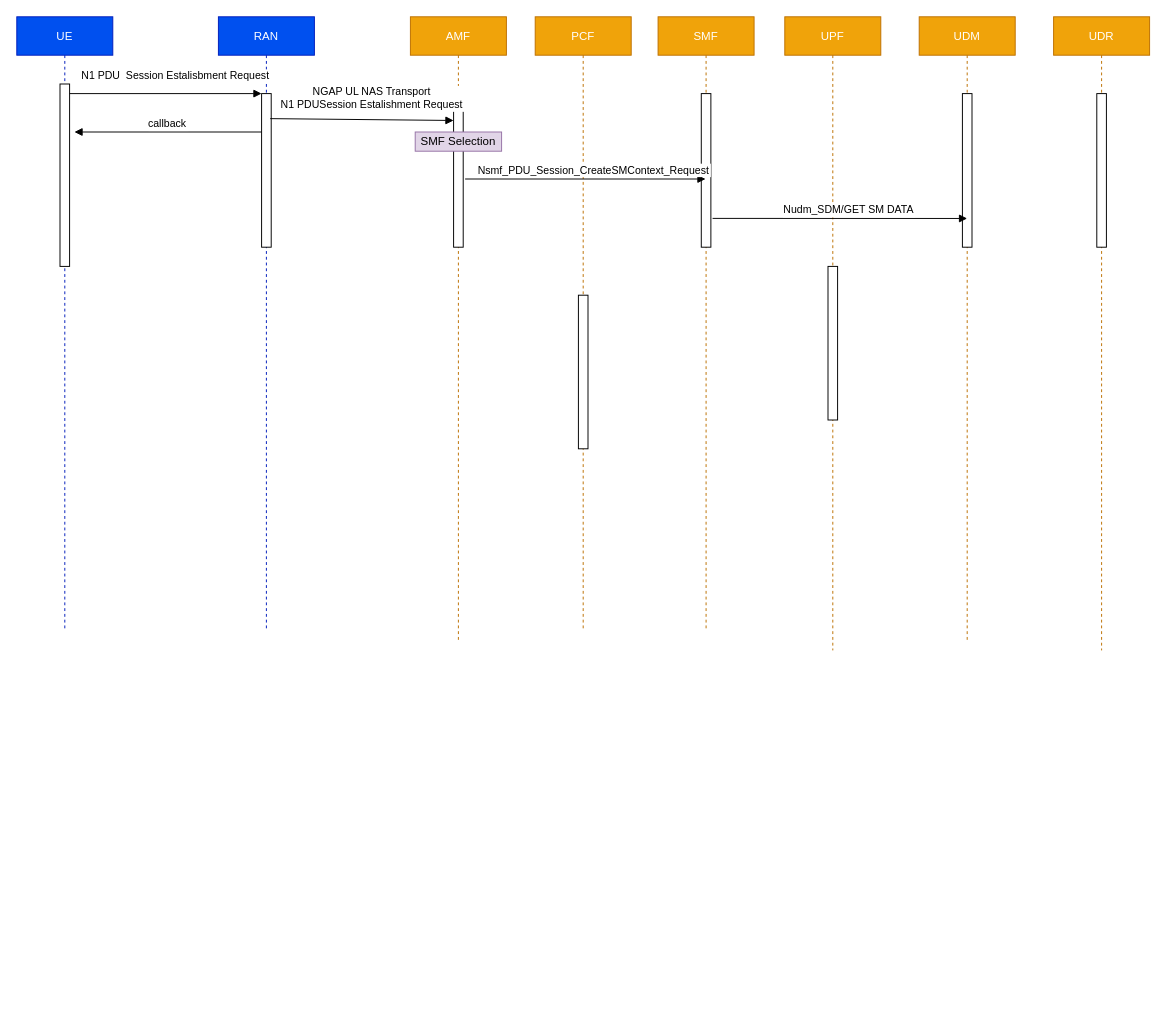
This is CreatePDUSession.drawio from micjerry/5GC_SequenceDiagrams, a draw.io file, before an edit. Source tidied: cells renumbered, new cells numbered last; positions are measured from the earlier drawing's top-left corner, leaving out a move shared by most shapes. Both pictures are drawn from the tidied source at 96%, with x=0, y=0 at pixel (16, 16).
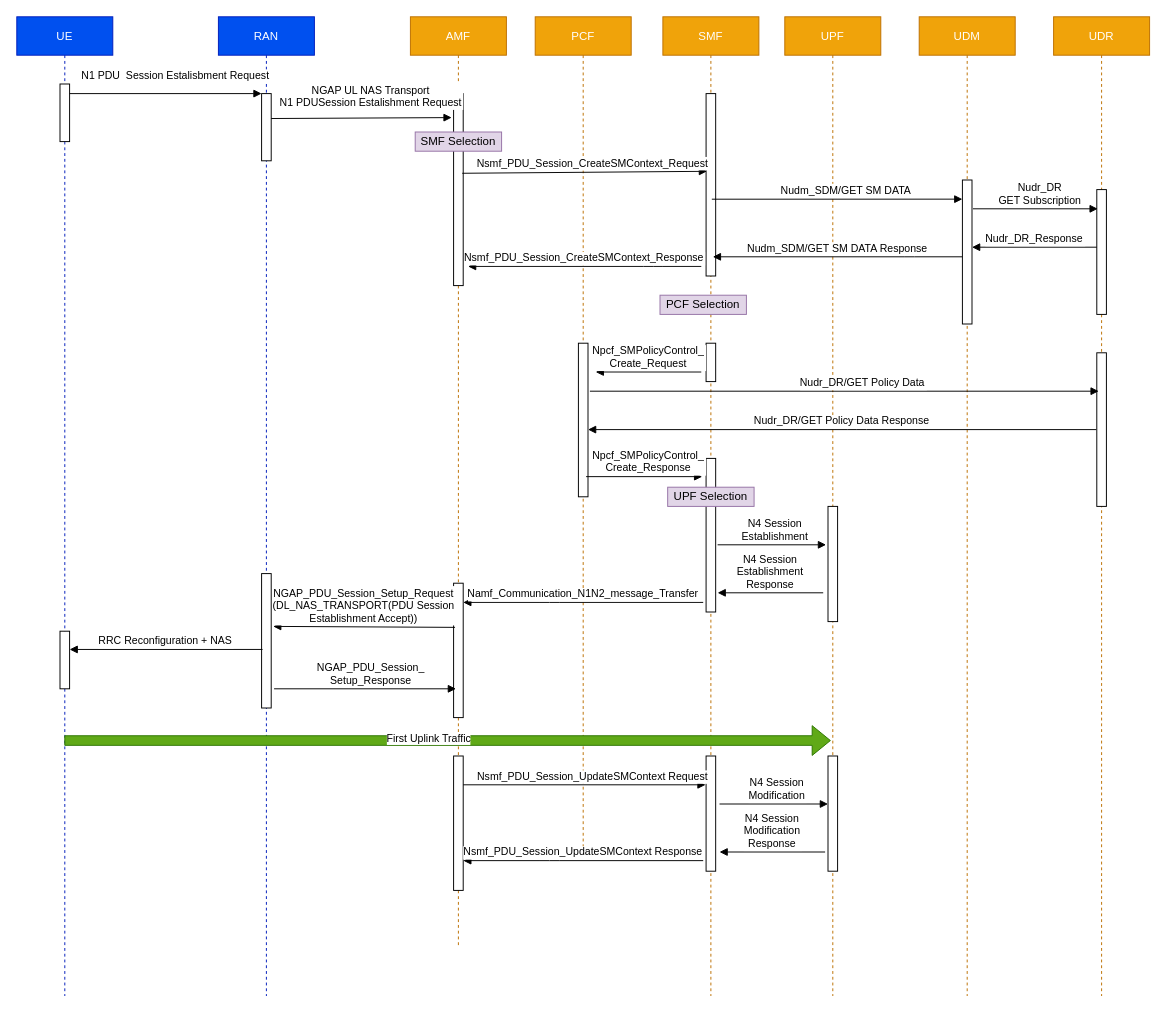
Above is the later version.

Diff of the diagram source:
```diff
@@
     <mxCell id="2" value="UE" style="shape=umlLifeline;perimeter=lifelinePerimeter;rounded=0;shadow=0;strokeWidth=1;fillColor=#0050ef;strokeColor=#001DBC;fontColor=#ffffff;" parent="1" vertex="1">
-      <mxGeometry width="100" height="640" as="geometry" />
+      <mxGeometry width="100" height="1020" as="geometry" />
     </mxCell>
     <mxCell id="3" style="points=[];perimeter=orthogonalPerimeter;rounded=0;shadow=0;strokeWidth=1;" parent="2" vertex="1">
-      <mxGeometry x="45" y="70" width="10" height="190" as="geometry" />
+      <mxGeometry x="45" y="70" width="10" height="60" as="geometry" />
     </mxCell>
+    <mxCell id="24" style="points=[];perimeter=orthogonalPerimeter;rounded=0;shadow=0;strokeWidth=1;" parent="2" vertex="1">
+      <mxGeometry x="45" y="640" width="10" height="60" as="geometry" />
+    </mxCell>
     <mxCell id="4" value="RAN" style="shape=umlLifeline;perimeter=lifelinePerimeter;rounded=0;shadow=0;strokeWidth=1;fillColor=#0050ef;strokeColor=#001DBC;fontColor=#ffffff;" parent="1" vertex="1">
-      <mxGeometry x="210" width="100" height="640" as="geometry" />
+      <mxGeometry x="210" width="100" height="1020" as="geometry" />
     </mxCell>
     <mxCell id="5" style="points=[];perimeter=orthogonalPerimeter;rounded=0;shadow=0;strokeWidth=1;" parent="4" vertex="1">
-      <mxGeometry x="45" y="80" width="10" height="160" as="geometry" />
+      <mxGeometry x="45" y="80" width="10" height="70" as="geometry" />
     </mxCell>
+    <mxCell id="25" style="perimeter=orthogonalPerimeter;rounded=0;shadow=0;strokeWidth=1;" parent="4" vertex="1">
+      <mxGeometry x="45" y="580" width="10" height="140" as="geometry" />
+    </mxCell>
@@
-    <mxCell id="7" value="callback" style="verticalAlign=bottom;endArrow=block;entryX=1;entryY=0;shadow=0;strokeWidth=1;" parent="1" edge="1" source="5">
-      <mxGeometry relative="1" as="geometry">
-        <mxPoint x="60" y="120" as="targetPoint" />
-      </mxGeometry>
-    </mxCell>
     <mxCell id="8" value="PCF" style="shape=umlLifeline;perimeter=lifelinePerimeter;rounded=0;shadow=0;strokeWidth=1;fillColor=#f0a30a;strokeColor=#BD7000;fontColor=#ffffff;" parent="1" vertex="1">
-      <mxGeometry x="540" width="100" height="640" as="geometry" />
+      <mxGeometry x="540" width="100" height="880" as="geometry" />
     </mxCell>
     <mxCell id="9" style="perimeter=orthogonalPerimeter;rounded=0;shadow=0;strokeWidth=1;" parent="8" vertex="1">
-      <mxGeometry x="45" y="290" width="10" height="160" as="geometry" />
+      <mxGeometry x="45" y="340" width="10" height="160" as="geometry" />
     </mxCell>
     <mxCell id="10" value="SMF" style="shape=umlLifeline;perimeter=lifelinePerimeter;rounded=0;shadow=0;strokeWidth=1;fillColor=#f0a30a;strokeColor=#BD7000;fontColor=#ffffff;" parent="1" vertex="1">
-      <mxGeometry x="668" width="100" height="640" as="geometry" />
+      <mxGeometry x="673" width="100" height="1020" as="geometry" />
     </mxCell>
     <mxCell id="11" style="points=[];perimeter=orthogonalPerimeter;rounded=0;shadow=0;strokeWidth=1;" parent="10" vertex="1">
-      <mxGeometry x="45" y="80" width="10" height="160" as="geometry" />
+      <mxGeometry x="45" y="80" width="10" height="190" as="geometry" />
     </mxCell>
+    <mxCell id="26" style="perimeter=orthogonalPerimeter;rounded=0;shadow=0;strokeWidth=1;" parent="10" vertex="1">
+      <mxGeometry x="45" y="340" width="10" height="40" as="geometry" />
+    </mxCell>
+    <mxCell id="13" style="perimeter=orthogonalPerimeter;rounded=0;shadow=0;strokeWidth=1;" parent="10" vertex="1">
+      <mxGeometry x="45" y="460" width="10" height="160" as="geometry" />
+    </mxCell>
+    <mxCell id="27" style="perimeter=orthogonalPerimeter;rounded=0;shadow=0;strokeWidth=1;" parent="10" vertex="1">
+      <mxGeometry x="45" y="770" width="10" height="120" as="geometry" />
+    </mxCell>
     <mxCell id="12" value="UPF" style="shape=umlLifeline;perimeter=lifelinePerimeter;rounded=0;shadow=0;strokeWidth=1;fillColor=#f0a30a;strokeColor=#BD7000;fontColor=#ffffff;" parent="1" vertex="1">
-      <mxGeometry x="800" width="100" height="660" as="geometry" />
+      <mxGeometry x="800" width="100" height="1020" as="geometry" />
     </mxCell>
-    <mxCell id="13" style="perimeter=orthogonalPerimeter;rounded=0;shadow=0;strokeWidth=1;" parent="12" vertex="1">
-      <mxGeometry x="45" y="260" width="10" height="160" as="geometry" />
-    </mxCell>
+    <mxCell id="28" style="perimeter=orthogonalPerimeter;rounded=0;shadow=0;strokeWidth=1;" parent="12" vertex="1">
+      <mxGeometry x="45" y="510" width="10" height="120" as="geometry" />
+    </mxCell>
     <mxCell id="14" value="UDM" style="shape=umlLifeline;perimeter=lifelinePerimeter;rounded=0;shadow=0;strokeWidth=1;fillColor=#f0a30a;strokeColor=#BD7000;fontColor=#ffffff;" parent="1" vertex="1">
-      <mxGeometry x="940" width="100" height="650" as="geometry" />
+      <mxGeometry x="940" width="100" height="1020" as="geometry" />
     </mxCell>
     <mxCell id="15" style="points=[];perimeter=orthogonalPerimeter;rounded=0;shadow=0;strokeWidth=1;" parent="14" vertex="1">
-      <mxGeometry x="45" y="80" width="10" height="160" as="geometry" />
+      <mxGeometry x="45" y="170" width="10" height="150" as="geometry" />
     </mxCell>
     <mxCell id="16" value="UDR" style="shape=umlLifeline;perimeter=lifelinePerimeter;rounded=0;shadow=0;strokeWidth=1;fillColor=#f0a30a;strokeColor=#BD7000;fontColor=#ffffff;" parent="1" vertex="1">
-      <mxGeometry x="1080" width="100" height="660" as="geometry" />
+      <mxGeometry x="1080" width="100" height="1020" as="geometry" />
     </mxCell>
     <mxCell id="17" style="perimeter=orthogonalPerimeter;rounded=0;shadow=0;strokeWidth=1;" parent="16" vertex="1">
-      <mxGeometry x="45" y="80" width="10" height="160" as="geometry" />
+      <mxGeometry x="45" y="180" width="10" height="130" as="geometry" />
     </mxCell>
+    <mxCell id="29" style="perimeter=orthogonalPerimeter;rounded=0;shadow=0;strokeWidth=1;" parent="16" vertex="1">
+      <mxGeometry x="45" y="350" width="10" height="160" as="geometry" />
+    </mxCell>
     <mxCell id="18" value="AMF" style="shape=umlLifeline;perimeter=lifelinePerimeter;rounded=0;shadow=0;strokeWidth=1;fillColor=#f0a30a;strokeColor=#BD7000;fontColor=#ffffff;" parent="1" vertex="1">
-      <mxGeometry x="410" width="100" height="650" as="geometry" />
+      <mxGeometry x="410" width="100" height="970" as="geometry" />
     </mxCell>
     <mxCell id="19" style="points=[];perimeter=orthogonalPerimeter;rounded=0;shadow=0;strokeWidth=1;" parent="18" vertex="1">
-      <mxGeometry x="45" y="80" width="10" height="160" as="geometry" />
+      <mxGeometry x="45" y="80" width="10" height="200" as="geometry" />
     </mxCell>
+    <mxCell id="30" style="perimeter=orthogonalPerimeter;rounded=0;shadow=0;strokeWidth=1;" parent="18" vertex="1">
+      <mxGeometry x="45" y="590" width="10" height="140" as="geometry" />
+    </mxCell>
+    <mxCell id="31" style="perimeter=orthogonalPerimeter;rounded=0;shadow=0;strokeWidth=1;" parent="18" vertex="1">
+      <mxGeometry x="45" y="770" width="10" height="140" as="geometry" />
+    </mxCell>
-    <mxCell id="20" value="NGAP UL NAS Transport&#10;N1 PDUSession Estalishment Request" style="verticalAlign=bottom;endArrow=block;entryX=0;entryY=0.175;shadow=0;strokeWidth=1;exitX=0.9;exitY=0.163;exitDx=0;exitDy=0;exitPerimeter=0;entryDx=0;entryDy=0;entryPerimeter=0;" parent="1" edge="1" source="5" target="19">
+    <mxCell id="20" value="NGAP UL NAS Transport&#10;N1 PDUSession Estalishment Request" style="verticalAlign=bottom;endArrow=block;entryX=-0.2;entryY=0.125;shadow=0;strokeWidth=1;exitX=1;exitY=0.371;exitDx=0;exitDy=0;exitPerimeter=0;entryDx=0;entryDy=0;entryPerimeter=0;" parent="1" edge="1" source="5" target="19">
       <mxGeometry x="0.11" y="7" relative="1" as="geometry" />
     </mxCell>
-    <mxCell id="21" value="Nsmf_PDU_Session_CreateSMContext_Request" style="verticalAlign=bottom;endArrow=block;shadow=0;strokeWidth=1;exitX=1.2;exitY=0.556;exitDx=0;exitDy=0;exitPerimeter=0;" parent="1" edge="1" source="19" target="10">
+    <mxCell id="21" value="Nsmf_PDU_Session_CreateSMContext_Request" style="verticalAlign=bottom;endArrow=block;shadow=0;strokeWidth=1;exitX=0.9;exitY=0.415;exitDx=0;exitDy=0;exitPerimeter=0;entryX=0.1;entryY=0.426;entryDx=0;entryDy=0;entryPerimeter=0;" parent="1" edge="1" source="19" target="11">
       <mxGeometry x="0.07" relative="1" as="geometry" />
     </mxCell>
@@
-    <mxCell id="23" value="Nudm_SDM/GET SM DATA" style="verticalAlign=bottom;endArrow=block;shadow=0;strokeWidth=1;exitX=1.2;exitY=0.556;exitDx=0;exitDy=0;exitPerimeter=0;entryX=0.5;entryY=0.813;entryDx=0;entryDy=0;entryPerimeter=0;" parent="1" edge="1" target="15">
+    <mxCell id="23" value="Nudm_SDM/GET SM DATA" style="verticalAlign=bottom;endArrow=block;shadow=0;strokeWidth=1;entryX=0;entryY=0.133;entryDx=0;entryDy=0;entryPerimeter=0;" parent="1" edge="1" target="15">
       <mxGeometry x="0.07" relative="1" as="geometry">
-        <mxPoint x="724.8" y="210" as="sourcePoint" />
+        <mxPoint x="724" y="190" as="sourcePoint" />
       </mxGeometry>
     </mxCell>
+    <mxCell id="32" value="Nudr_DR&#10;GET Subscription" style="verticalAlign=bottom;endArrow=block;shadow=0;strokeWidth=1;" parent="1" edge="1">
+      <mxGeometry x="0.07" relative="1" as="geometry">
+        <mxPoint x="996" y="200" as="sourcePoint" />
+        <mxPoint x="1126" y="200" as="targetPoint" />
+      </mxGeometry>
+    </mxCell>
+    <mxCell id="33" value="Nudr_DR_Response" style="verticalAlign=bottom;endArrow=block;shadow=0;strokeWidth=1;" parent="1" edge="1">
+      <mxGeometry relative="1" as="geometry">
+        <mxPoint x="1125" y="240" as="sourcePoint" />
+        <mxPoint x="995" y="240" as="targetPoint" />
+      </mxGeometry>
+    </mxCell>
+    <mxCell id="34" value="Nudm_SDM/GET SM DATA Response" style="verticalAlign=bottom;endArrow=block;shadow=0;strokeWidth=1;" parent="1" edge="1">
+      <mxGeometry relative="1" as="geometry">
+        <mxPoint x="985" y="250" as="sourcePoint" />
+        <mxPoint x="725" y="250" as="targetPoint" />
+        <Array as="points">
+          <mxPoint x="935" y="250" />
+        </Array>
+      </mxGeometry>
+    </mxCell>
+    <mxCell id="35" value="Nsmf_PDU_Session_CreateSMContext_Response" style="verticalAlign=bottom;endArrow=block;shadow=0;strokeWidth=1;" parent="1" edge="1">
+      <mxGeometry relative="1" as="geometry">
+        <mxPoint x="713" y="260" as="sourcePoint" />
+        <mxPoint x="470" y="260" as="targetPoint" />
+        <Array as="points">
+          <mxPoint x="663" y="260" />
+        </Array>
+      </mxGeometry>
+    </mxCell>
+    <mxCell id="36" value="PCF Selection" style="rounded=0;whiteSpace=wrap;html=1;fillColor=#e1d5e7;strokeColor=#9673a6;" parent="1" vertex="1">
+      <mxGeometry x="670" y="290" width="90" height="20" as="geometry" />
+    </mxCell>
+    <mxCell id="37" value="Npcf_SMPolicyControl_&#10;Create_Request" style="verticalAlign=bottom;endArrow=block;shadow=0;strokeWidth=1;" parent="1" edge="1">
+      <mxGeometry relative="1" as="geometry">
+        <mxPoint x="713" y="370" as="sourcePoint" />
+        <mxPoint x="603" y="370" as="targetPoint" />
+      </mxGeometry>
+    </mxCell>
+    <mxCell id="38" value="Npcf_SMPolicyControl_&#10;Create_Response" style="verticalAlign=bottom;endArrow=block;shadow=0;strokeWidth=1;exitX=1.3;exitY=0.869;exitDx=0;exitDy=0;exitPerimeter=0;endSize=6;startSize=6;" parent="1" edge="1">
+      <mxGeometry x="0.07" relative="1" as="geometry">
+        <mxPoint x="593" y="479" as="sourcePoint" />
+        <mxPoint x="714" y="479" as="targetPoint" />
+      </mxGeometry>
+    </mxCell>
+    <mxCell id="39" value="Nudr_DR/GET Policy Data" style="verticalAlign=bottom;endArrow=block;shadow=0;strokeWidth=1;" parent="1" edge="1">
+      <mxGeometry x="0.07" relative="1" as="geometry">
+        <mxPoint x="597" y="390" as="sourcePoint" />
+        <mxPoint x="1127" y="390" as="targetPoint" />
+      </mxGeometry>
+    </mxCell>
+    <mxCell id="40" value="Nudr_DR/GET Policy Data Response" style="verticalAlign=bottom;endArrow=block;shadow=0;strokeWidth=1;" parent="1" edge="1">
+      <mxGeometry relative="1" as="geometry">
+        <mxPoint x="1124.5" y="430" as="sourcePoint" />
+        <mxPoint x="595" y="430" as="targetPoint" />
+        <Array as="points">
+          <mxPoint x="875" y="430" />
+        </Array>
+      </mxGeometry>
+    </mxCell>
+    <mxCell id="41" value="UPF Selection" style="rounded=0;whiteSpace=wrap;html=1;fillColor=#e1d5e7;strokeColor=#9673a6;" parent="1" vertex="1">
+      <mxGeometry x="678" y="490" width="90" height="20" as="geometry" />
+    </mxCell>
+    <mxCell id="42" value="N4 Session&#10;Establishment" style="verticalAlign=bottom;endArrow=block;shadow=0;strokeWidth=1;" parent="1" edge="1">
+      <mxGeometry x="0.07" relative="1" as="geometry">
+        <mxPoint x="730" y="550" as="sourcePoint" />
+        <mxPoint x="843" y="550" as="targetPoint" />
+      </mxGeometry>
+    </mxCell>
+    <mxCell id="43" value="N4 Session&#10;Establishment &#10;Response" style="verticalAlign=bottom;endArrow=block;shadow=0;strokeWidth=1;" parent="1" edge="1">
+      <mxGeometry relative="1" as="geometry">
+        <mxPoint x="840" y="600" as="sourcePoint" />
+        <mxPoint x="730" y="600" as="targetPoint" />
+      </mxGeometry>
+    </mxCell>
+    <mxCell id="44" value="Namf_Communication_N1N2_message_Transfer" style="verticalAlign=bottom;endArrow=block;shadow=0;strokeWidth=1;" parent="1" edge="1">
+      <mxGeometry relative="1" as="geometry">
+        <mxPoint x="715" y="610" as="sourcePoint" />
+        <mxPoint x="465" y="610" as="targetPoint" />
+        <Array as="points">
+          <mxPoint x="555" y="610" />
+        </Array>
+      </mxGeometry>
+    </mxCell>
+    <mxCell id="45" value="NGAP_PDU_Session_Setup_Request&#10;(DL_NAS_TRANSPORT(PDU Session&#10;Establishment Accept))" style="verticalAlign=bottom;endArrow=block;shadow=0;strokeWidth=1;" parent="1" edge="1">
+      <mxGeometry relative="1" as="geometry">
+        <mxPoint x="456.5" y="636" as="sourcePoint" />
+        <mxPoint x="267" y="635" as="targetPoint" />
+      </mxGeometry>
+    </mxCell>
+    <mxCell id="46" value="RRC Reconfiguration + NAS" style="verticalAlign=bottom;endArrow=block;shadow=0;strokeWidth=1;entryX=1;entryY=0.317;entryDx=0;entryDy=0;entryPerimeter=0;" parent="1" edge="1" target="24">
+      <mxGeometry relative="1" as="geometry">
+        <mxPoint x="256" y="659" as="sourcePoint" />
+      </mxGeometry>
+    </mxCell>
+    <mxCell id="47" value="NGAP_PDU_Session_&#10;Setup_Response" style="verticalAlign=bottom;endArrow=block;shadow=0;strokeWidth=1;" parent="1" edge="1">
+      <mxGeometry x="0.07" relative="1" as="geometry">
+        <mxPoint x="268" y="700" as="sourcePoint" />
+        <mxPoint x="457.5" y="700" as="targetPoint" />
+      </mxGeometry>
+    </mxCell>
+    <mxCell id="48" style="shape=flexArrow;endArrow=classic;html=1;fillColor=#60a917;strokeColor=#2D7600;entryX=0.48;entryY=0.745;entryDx=0;entryDy=0;entryPerimeter=0;" parent="1" edge="1">
+      <mxGeometry relative="1" as="geometry">
+        <mxPoint x="49.5" y="753.9" as="sourcePoint" />
+        <mxPoint x="848" y="753.9" as="targetPoint" />
+      </mxGeometry>
+    </mxCell>
+    <mxCell id="49" value="First Uplink Traffic" style="edgeLabel;html=1;align=center;verticalAlign=middle;" parent="48" vertex="1">
+      <mxGeometry x="-0.05" y="2" relative="1" as="geometry" />
+    </mxCell>
+    <mxCell id="50" value="Nsmf_PDU_Session_UpdateSMContext Request" style="verticalAlign=bottom;endArrow=block;shadow=0;strokeWidth=1;" parent="1" edge="1">
+      <mxGeometry x="0.07" relative="1" as="geometry">
+        <mxPoint x="465" y="800" as="sourcePoint" />
+        <mxPoint x="717.5" y="800" as="targetPoint" />
+      </mxGeometry>
+    </mxCell>
+    <mxCell id="51" style="perimeter=orthogonalPerimeter;rounded=0;shadow=0;strokeWidth=1;" parent="1" vertex="1">
+      <mxGeometry x="845" y="770" width="10" height="120" as="geometry" />
+    </mxCell>
+    <mxCell id="52" value="N4 Session&#10;Modification" style="verticalAlign=bottom;endArrow=block;shadow=0;strokeWidth=1;" parent="1" edge="1">
+      <mxGeometry x="0.07" relative="1" as="geometry">
+        <mxPoint x="732" y="820" as="sourcePoint" />
+        <mxPoint x="845" y="820" as="targetPoint" />
+      </mxGeometry>
+    </mxCell>
+    <mxCell id="53" value="N4 Session&#10;Modification&#10;Response" style="verticalAlign=bottom;endArrow=block;shadow=0;strokeWidth=1;" parent="1" edge="1">
+      <mxGeometry relative="1" as="geometry">
+        <mxPoint x="842" y="870" as="sourcePoint" />
+        <mxPoint x="732" y="870" as="targetPoint" />
+      </mxGeometry>
+    </mxCell>
+    <mxCell id="54" value="Nsmf_PDU_Session_UpdateSMContext Response" style="verticalAlign=bottom;endArrow=block;shadow=0;strokeWidth=1;" parent="1" edge="1">
+      <mxGeometry relative="1" as="geometry">
+        <mxPoint x="715" y="879" as="sourcePoint" />
+        <mxPoint x="465" y="879" as="targetPoint" />
+        <Array as="points">
+          <mxPoint x="555" y="879" />
+        </Array>
+      </mxGeometry>
+    </mxCell>
```
